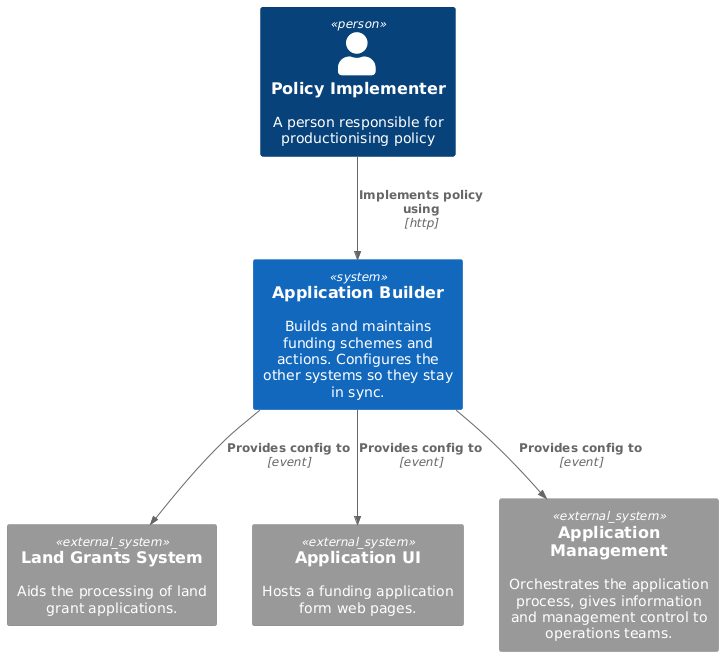
Earlier version of the PlantUML export docs/_export/Application Builder System Context.png (BugBareDrums/temp-frps-cdp).
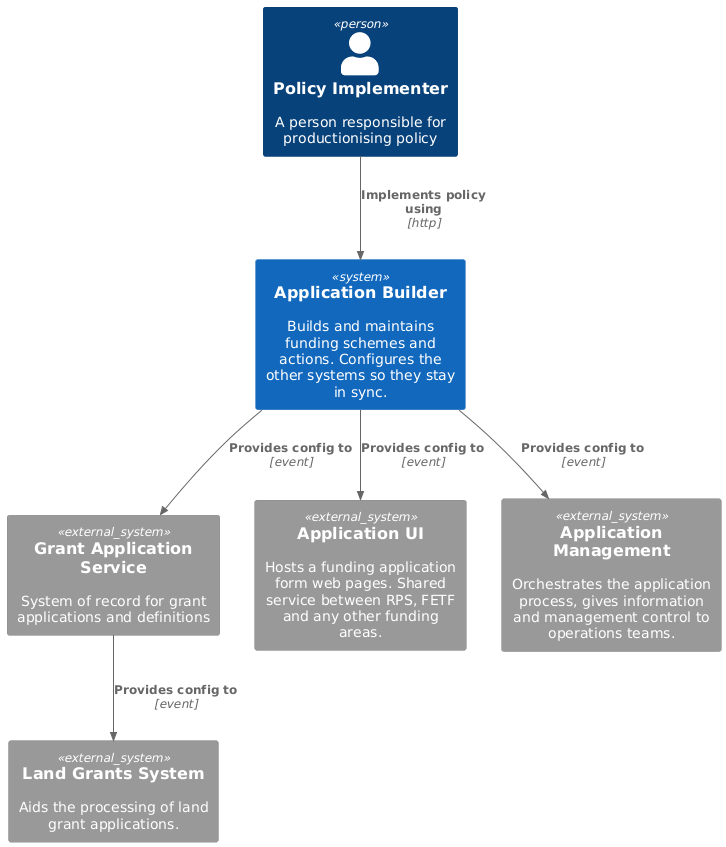
Above is the later version.

Diff of the diagram source:
```diff
@@ -15,7 +15,7 @@
   !endprocedure
 
   !procedure applicationUi($type = "internal")
-      $system($type, "applicationUi", "Application UI", "Hosts a funding application form web pages.")
+      $system($type, "applicationUi", "Application UI", "Hosts a funding application form web pages. Shared service between RPS, FETF and any other funding areas.")
   !endprocedure
 
   !procedure applicationManagement($type = "internal")
@@ -30,6 +30,10 @@
     $system($type, "arcGis", "ArcGIS", "A system providing land data and geospatial processing")
   !endprocedure
 
+  !procedure agreementSystem($type = "external")
+    $system($type, "agreementSystem", "Agreement Service", "System of record for active and historic agreements")
+  !endprocedure
+
   !procedure paymentHub()
     $system("external", "paymentHub", "Payment Hub", "A system for processing payments")
   !endprocedure
@@ -38,8 +42,12 @@
     $system("external", "fraudService", "Fraud Service", "Access to fraud markers Fraud status assessment")
   !endprocedure
 
-  !procedure agreementService()
-    $system("external", "agreementService", "Agreement Service", "A service for creation of agreements, payment schedules and (contract signing?)")
+  !procedure singleFrontDoor()
+    $system("external", "singleFrontDoor", "Single Front Door", "A login and home page for all DEFRA farming")
+  !endprocedure
+
+  !procedure identity()
+    $system("external", "identity", "DEFRA.Identity", "A system for managing user identities")
   !endprocedure
 
   !procedure lms()
@@ -52,6 +60,10 @@
 
   !procedure landService($type = "external")
     $system($type, "landService", "Land Service", "A facade service for retrieving land data and performing geospatial processing")
+  !endprocedure
+
+  !procedure grantApplicationService($type = "external")
+    $system($type, "grantApplicationService", "Grant Application Service", "System of record for grant applications and definitions")
   !endprocedure
   !include https://raw.githubusercontent.com/plantuml-stdlib/C4-PlantUML/master/C4_Container.puml
 
@@ -70,12 +82,14 @@
   applicationBuilder()
   policyImplementer()
 
+  grantApplicationService("external")
   landGrants("external")
   applicationUi("external")
   applicationManagement("external")
 
   Rel(policyImplementer, applicationBuilder, "Implements policy using", "http")
-  Rel(applicationBuilder, landGrants, "Provides config to", "event")
+  Rel(applicationBuilder, grantApplicationService, "Provides config to", "event")
+  Rel(grantApplicationService, landGrants, "Provides config to", "event")
   Rel(applicationBuilder, applicationManagement, "Provides config to", "event")
   Rel(applicationBuilder, applicationUi, "Provides config to", "event")
 @enduml
```
